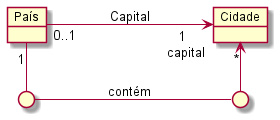
Before: Imagens/modelos-01/imagem-07/mod01ima07.png, a diagram exported from PlantUML (kyriosdata/oo).
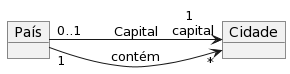
After the commit.

Commit message:
mid01ima07

Change to the diagram source:
```diff
@@ -1,11 +1,7 @@
-@startuml mod01ima07
+@startuml
 object "País" as pa
 object "Cidade" as ci
-circle " " as p1
-circle " "  as p2
 left to right direction
 pa"0..1"--->"1 \n capital"ci: "Capital"
-pa "1" --right- p1
-p1 --- p2 : contém
-p2 --left->"*"ci
+pa "1" --->"*" ci : contém
 @enduml
```
